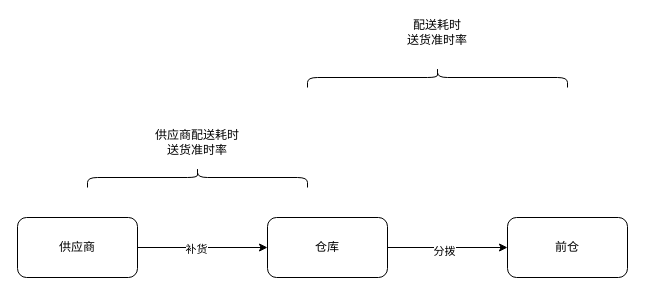
This is 仓网kpi.drawio from zhaoli2014/drawio, a draw.io file, before an edit. Source tidied: cells renumbered, new cells numbered last; positions are measured from the earlier drawing's top-left corner, leaving out a move shared by most shapes. Both pictures are drawn from the tidied source at 100%, with x=0, y=0 at pixel (17, 17).
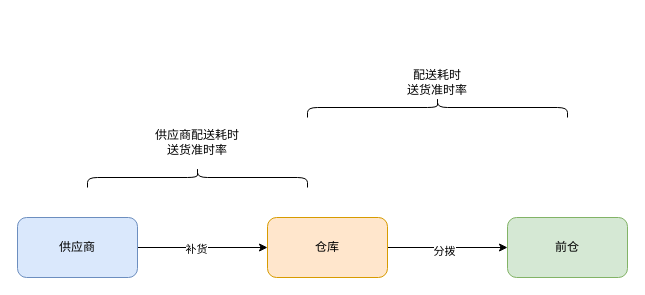
The same page after the edit.

Diff of the diagram source:
```diff
@@
 <mxGraphModel>
   <root>
     <mxCell id="0" />
     <mxCell id="1" parent="0" />
     <mxCell id="2" style="shape=curlyBracket;whiteSpace=wrap;html=1;rounded=1;labelPosition=left;verticalLabelPosition=middle;align=right;verticalAlign=middle;direction=south;" parent="1" vertex="1">
       <mxGeometry x="70" y="150" width="220" height="20" as="geometry" />
     </mxCell>
     <mxCell id="3" style="edgeStyle=orthogonalEdgeStyle;rounded=0;jettySize=auto;html=1;exitX=1;exitY=0.5;exitDx=0;exitDy=0;entryX=0;entryY=0.5;entryDx=0;entryDy=0;" parent="1" edge="1" source="5" target="8">
       <mxGeometry relative="1" as="geometry" />
     </mxCell>
     <mxCell id="4" value="补货" style="edgeLabel;html=1;align=center;verticalAlign=middle;" parent="3" vertex="1">
       <mxGeometry x="-0.11" y="-1" relative="1" as="geometry" />
     </mxCell>
-    <mxCell id="5" value="供应商" style="rounded=1;whiteSpace=wrap;html=1;" parent="1" vertex="1">
+    <mxCell id="5" value="供应商" style="rounded=1;whiteSpace=wrap;html=1;fillColor=#dae8fc;strokeColor=#6c8ebf;" parent="1" vertex="1">
       <mxGeometry y="200" width="120" height="60" as="geometry" />
     </mxCell>
     <mxCell id="6" style="edgeStyle=orthogonalEdgeStyle;rounded=0;jettySize=auto;html=1;exitX=1;exitY=0.5;exitDx=0;exitDy=0;entryX=0;entryY=0.5;entryDx=0;entryDy=0;" parent="1" edge="1" source="8" target="9">
       <mxGeometry relative="1" as="geometry" />
     </mxCell>
     <mxCell id="7" value="分拨" style="edgeLabel;html=1;align=center;verticalAlign=middle;" parent="6" vertex="1">
       <mxGeometry x="-0.07" y="-3" relative="1" as="geometry" />
     </mxCell>
-    <mxCell id="8" value="仓库" style="rounded=1;whiteSpace=wrap;html=1;" parent="1" vertex="1">
+    <mxCell id="8" value="仓库" style="rounded=1;whiteSpace=wrap;html=1;fillColor=#ffe6cc;strokeColor=#d79b00;" parent="1" vertex="1">
       <mxGeometry x="250" y="200" width="120" height="60" as="geometry" />
     </mxCell>
-    <mxCell id="9" value="前仓" style="rounded=1;whiteSpace=wrap;html=1;" parent="1" vertex="1">
+    <mxCell id="9" value="前仓" style="rounded=1;whiteSpace=wrap;html=1;fillColor=#d5e8d4;strokeColor=#82b366;" parent="1" vertex="1">
       <mxGeometry x="490" y="200" width="120" height="60" as="geometry" />
     </mxCell>
     <mxCell id="10" style="shape=curlyBracket;whiteSpace=wrap;html=1;rounded=1;labelPosition=left;verticalLabelPosition=middle;align=right;verticalAlign=middle;direction=south;" parent="1" vertex="1">
-      <mxGeometry x="290" y="50" width="260" height="20" as="geometry" />
+      <mxGeometry x="290" y="80" width="260" height="20" as="geometry" />
     </mxCell>
     <mxCell id="11" value="&lt;div data-lake_diagram_content_editor_data=&quot;true&quot;&gt;供应商配送耗时&lt;/div&gt;&lt;span style=&quot;background-color: initial;&quot;&gt;送货准时率&lt;/span&gt;" style="text;html=1;align=center;verticalAlign=middle;whiteSpace=wrap;rounded=0;" parent="1" vertex="1">
       <mxGeometry x="115" y="110" width="130" height="30" as="geometry" />
     </mxCell>
     <mxCell id="12" value="&lt;div data-lake_diagram_content_editor_data=&quot;true&quot;&gt;配送耗时&lt;div&gt;送货准时率&lt;/div&gt;&lt;/div&gt;" style="text;html=1;align=center;verticalAlign=middle;whiteSpace=wrap;rounded=0;" parent="1" vertex="1">
-      <mxGeometry x="370" width="100" height="30" as="geometry" />
+      <mxGeometry x="370" y="50" width="100" height="30" as="geometry" />
     </mxCell>
   </root>
 </mxGraphModel>
```
